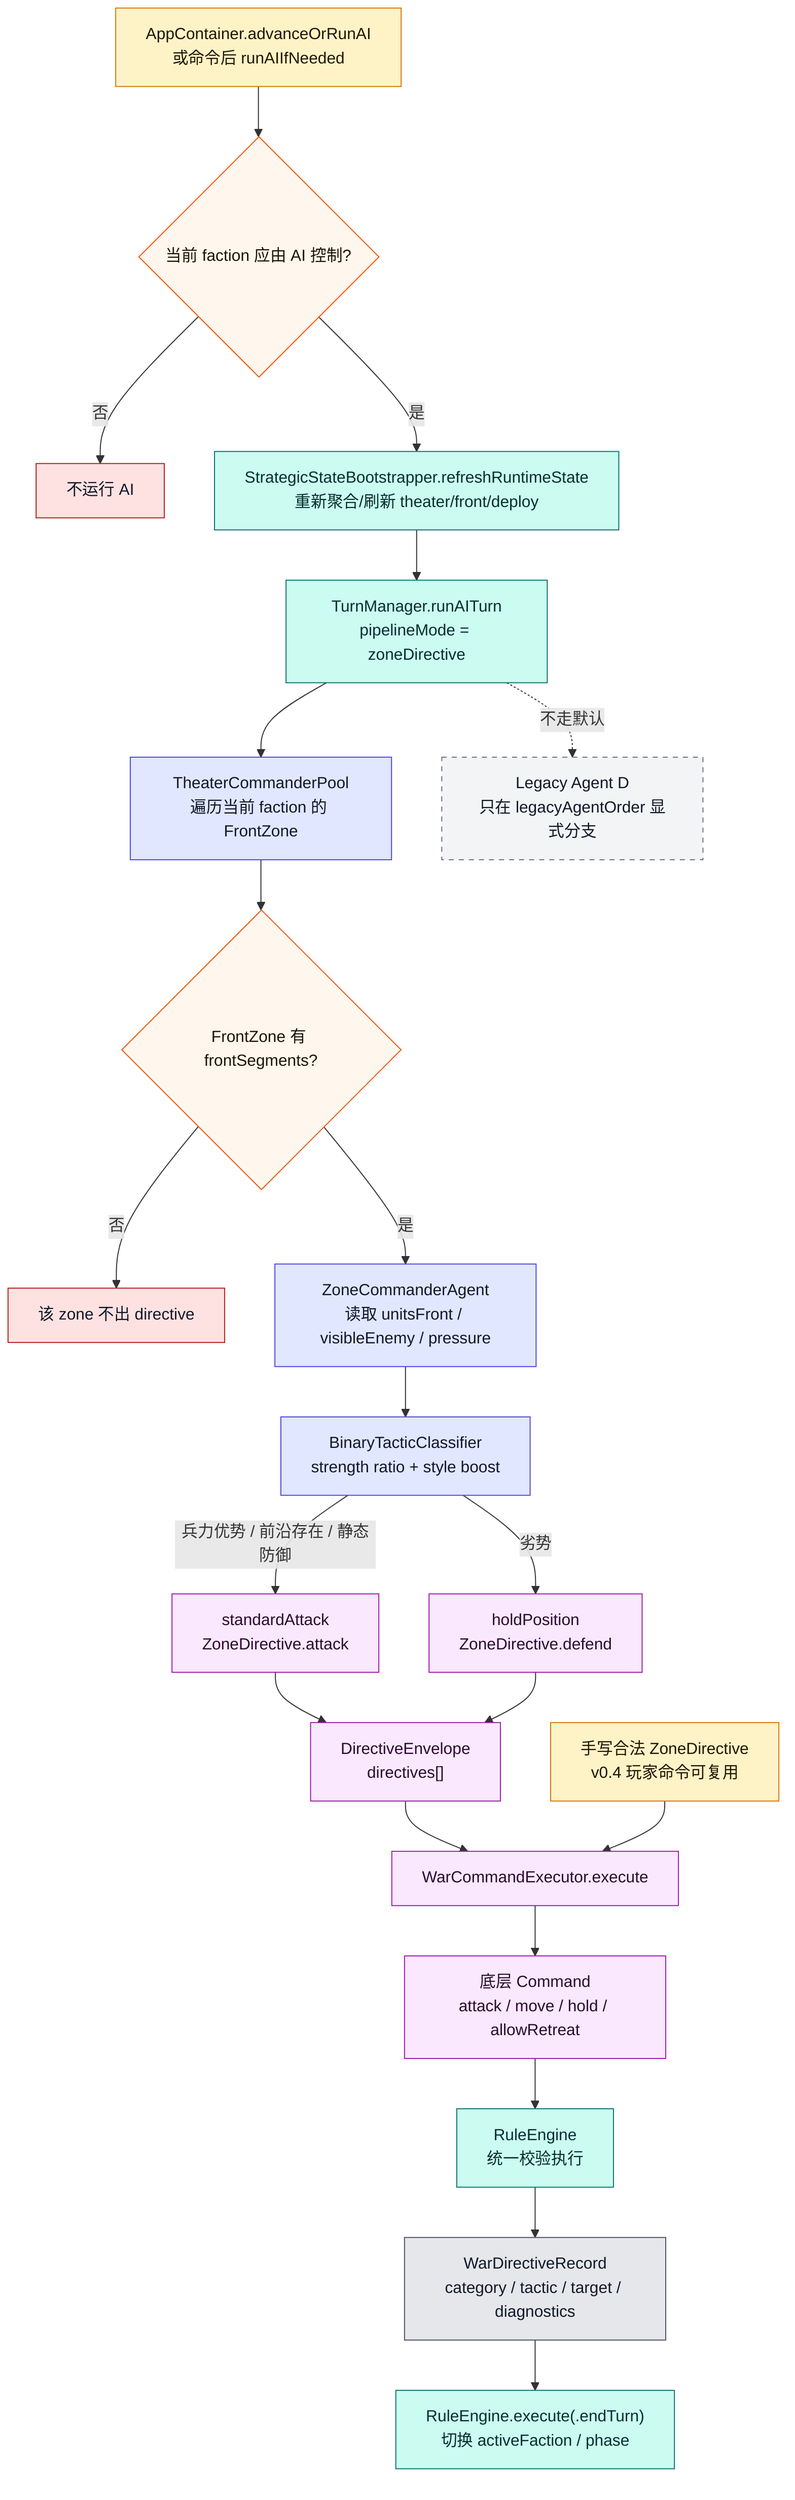
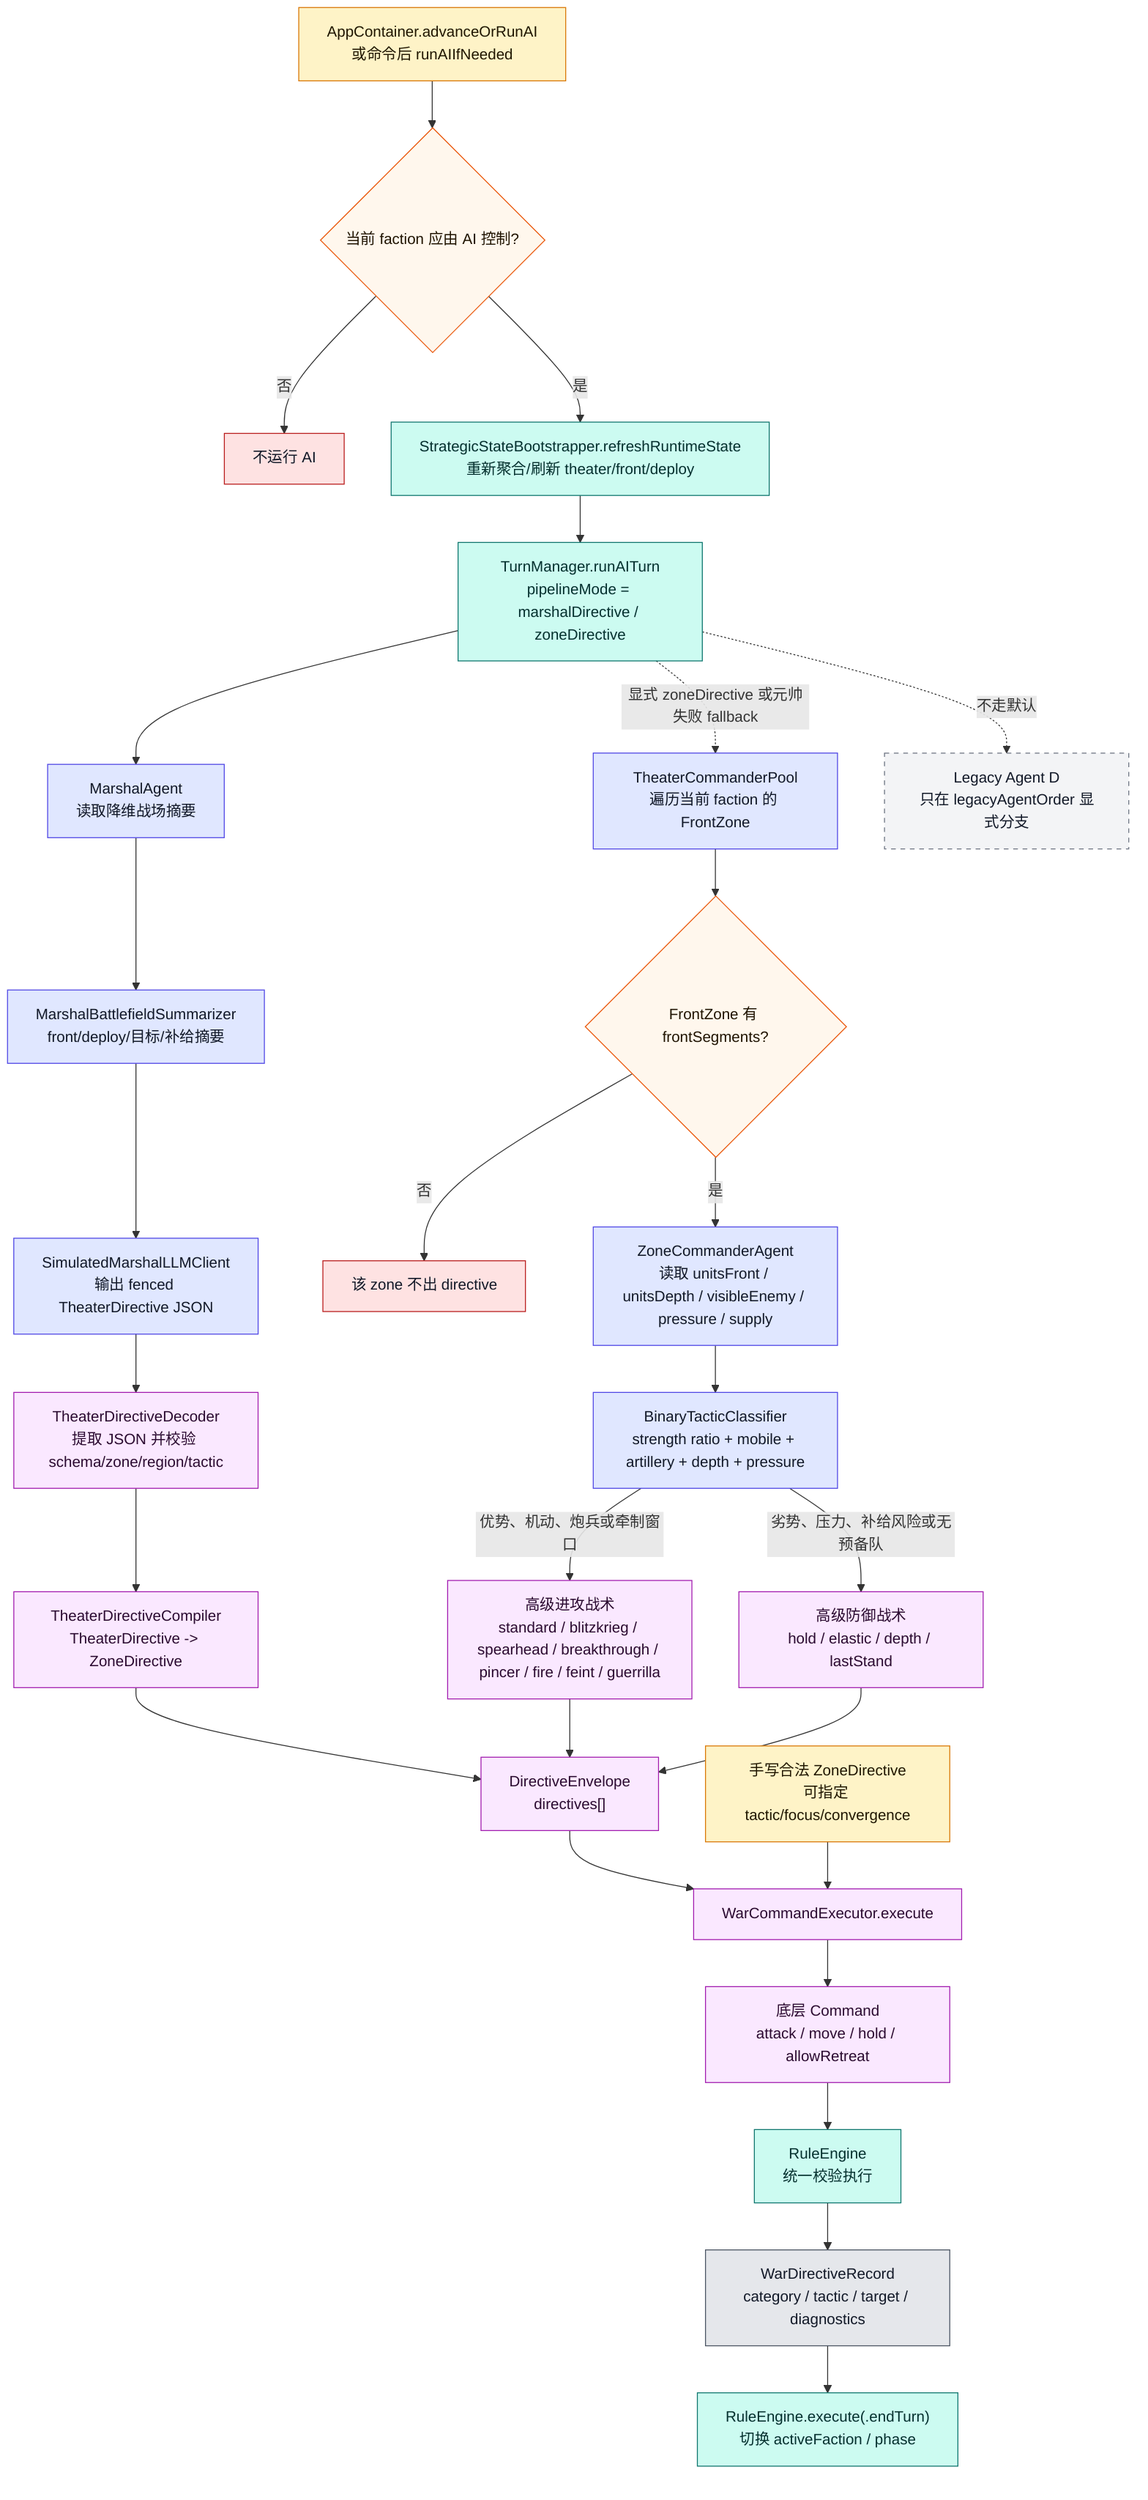
flowchart TD
    START["AppContainer.advanceOrRunAI<br/>或命令后 runAIIfNeeded"]:::input
    CHECK{"当前 faction 应由 AI 控制?"}:::decision
    STOP["不运行 AI"]:::stop
    REFRESH["StrategicStateBootstrapper.refreshRuntimeState<br/>重新聚合/刷新 theater/front/deploy"]:::rules
-     TM["TurnManager.runAITurn<br/>pipelineMode = zoneDirective"]:::rules
+     TM["TurnManager.runAITurn<br/>pipelineMode = marshalDirective / zoneDirective"]:::rules
+     MARSHAL["MarshalAgent<br/>读取降维战场摘要"]:::ai
+     SUMMARY["MarshalBattlefieldSummarizer<br/>front/deploy/目标/补给摘要"]:::ai
+     LLM["SimulatedMarshalLLMClient<br/>输出 fenced TheaterDirective JSON"]:::ai
+     DECODER["TheaterDirectiveDecoder<br/>提取 JSON 并校验 schema/zone/region/tactic"]:::command
+     COMPILER["TheaterDirectiveCompiler<br/>TheaterDirective -> ZoneDirective"]:::command
    POOL["TheaterCommanderPool<br/>遍历当前 faction 的 FrontZone"]:::ai
    ZONE{"FrontZone 有 frontSegments?"}:::decision
    SKIP["该 zone 不出 directive"]:::stop
-     AGENT["ZoneCommanderAgent<br/>读取 unitsFront / visibleEnemy / pressure"]:::ai
-     CLS["BinaryTacticClassifier<br/>strength ratio + style boost"]:::ai
-     ATK["standardAttack<br/>ZoneDirective.attack"]:::command
-     DEF["holdPosition<br/>ZoneDirective.defend"]:::command
+     AGENT["ZoneCommanderAgent<br/>读取 unitsFront / unitsDepth / visibleEnemy / pressure / supply"]:::ai
+     CLS["BinaryTacticClassifier<br/>strength ratio + mobile + artillery + depth + pressure"]:::ai
+     ATK["高级进攻战术<br/>standard / blitzkrieg / spearhead / breakthrough / pincer / fire / feint / guerrilla"]:::command
+     DEF["高级防御战术<br/>hold / elastic / depth / lastStand"]:::command
    ENV["DirectiveEnvelope<br/>directives[]"]:::command
    WCE["WarCommandExecutor.execute"]:::command
    BOTTOM["底层 Command<br/>attack / move / hold / allowRetreat"]:::command
    RE["RuleEngine<br/>统一校验执行"]:::rules
    RECORD["WarDirectiveRecord<br/>category / tactic / target / diagnostics"]:::ui
    END["RuleEngine.execute(.endTurn)<br/>切换 activeFaction / phase"]:::rules

    START --> CHECK
    CHECK -->|否| STOP
-     CHECK -->|是| REFRESH --> TM --> POOL --> ZONE
+     CHECK -->|是| REFRESH --> TM --> MARSHAL --> SUMMARY --> LLM --> DECODER --> COMPILER --> ENV
+     TM -.显式 zoneDirective 或元帅失败 fallback.-> POOL --> ZONE
    ZONE -->|否| SKIP
    ZONE -->|是| AGENT --> CLS
-     CLS -->|兵力优势 / 前沿存在 / 静态防御| ATK
-     CLS -->|劣势| DEF
+     CLS -->|优势、机动、炮兵或牵制窗口| ATK
+     CLS -->|劣势、压力、补给风险或无预备队| DEF
    ATK --> ENV
    DEF --> ENV
    ENV --> WCE --> BOTTOM --> RE --> RECORD --> END

    LEGACY["Legacy Agent D<br/>只在 legacyAgentOrder 显式分支"]:::legacy
    TM -.不走默认.-> LEGACY

-     MANUAL["手写合法 ZoneDirective<br/>v0.4 玩家命令可复用"]:::input
+     MANUAL["手写合法 ZoneDirective<br/>可指定 tactic/focus/convergence"]:::input
    MANUAL --> WCE

    classDef input fill:#fef3c7,stroke:#d97706,color:#1f1600
    classDef decision fill:#fff7ed,stroke:#ea580c,color:#1f1300
    classDef stop fill:#fee2e2,stroke:#b91c1c,color:#111827
    classDef rules fill:#ccfbf1,stroke:#0f766e,color:#042f2e
    classDef ai fill:#e0e7ff,stroke:#4f46e5,color:#111827
    classDef command fill:#fae8ff,stroke:#a21caf,color:#2a0a2f
    classDef ui fill:#e5e7eb,stroke:#4b5563,color:#111827
    classDef legacy fill:#f3f4f6,stroke:#6b7280,stroke-dasharray:5 5,color:#111827
